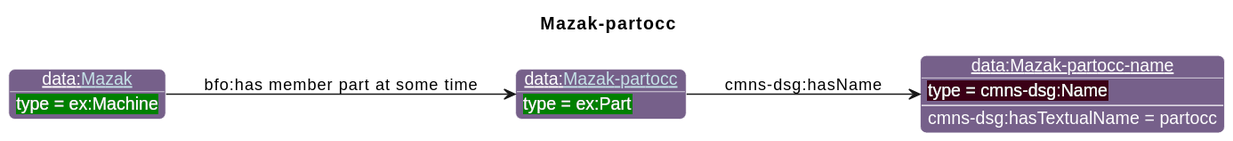
The PlantUML diagram diagrams/Mazak-partocc.svg in iofoundry/example-syseng-mtconnect, before a commit.
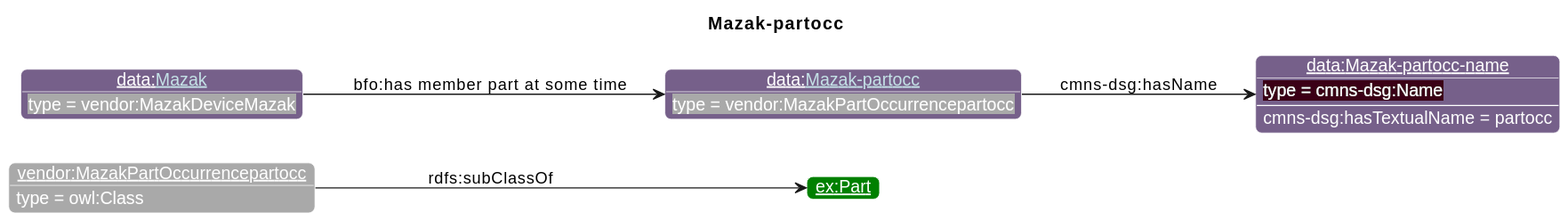
Later version of the same file.

What changed in the source:
```diff
@@ -19,10 +19,13 @@
                       "ns1":"76608A",
 "ex":"Green","data":"76608A","core":"000000","units":"8A2D3B","qp":"641B2E","cmns-dsg":"3A0519"
 }
-individual(o1, data:[[./Mazak-partocc.html Mazak-partocc]], ex:Part)
-individual(o2, data:Mazak-partocc-name, cmns-dsg:Name)
-individual(o3, data:[[./Mazak.html Mazak]], ex:Machine)
-property(o1, cmns-dsg:hasName, o2)
-data(o2, cmns-dsg:hasTextualName, partocc)
-property(o3, "bfo:has member part at some time", o1)
+individual(o1, vendor:MazakPartOccurrencepartocc, owl:Class)
+individual(o2, ex:Part)
+individual(o3, data:[[./Mazak-partocc.html Mazak-partocc]], vendor:MazakPartOccurrencepartocc)
+individual(o4, data:Mazak-partocc-name, cmns-dsg:Name)
+individual(o5, data:[[./Mazak.html Mazak]], vendor:MazakDeviceMazak)
+property(o1, rdfs:subClassOf, o2)
+property(o3, cmns-dsg:hasName, o4)
+data(o4, cmns-dsg:hasTextualName, partocc)
+property(o5, "bfo:has member part at some time", o3)
 @enduml
```
